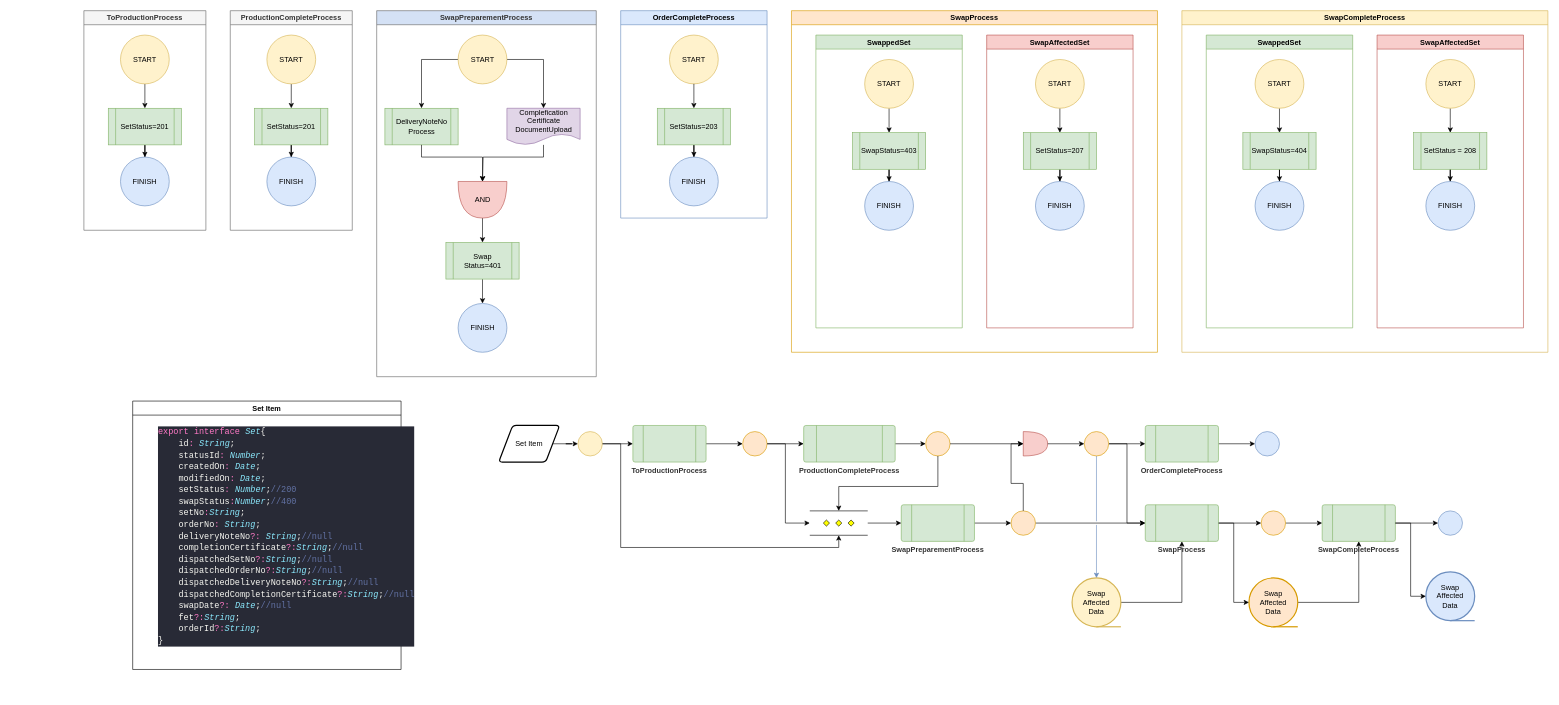
KaanAkcan1/Charts keeps this draw.io diagram as swapChart.drawio. Above is the earlier version. Source tidied: cells renumbered, new cells numbered last; positions are measured from the earlier drawing's top-left corner, leaving out a move shared by most shapes. Both pictures are drawn from the tidied source at 61%, with x=0, y=0 at pixel (84, 10).
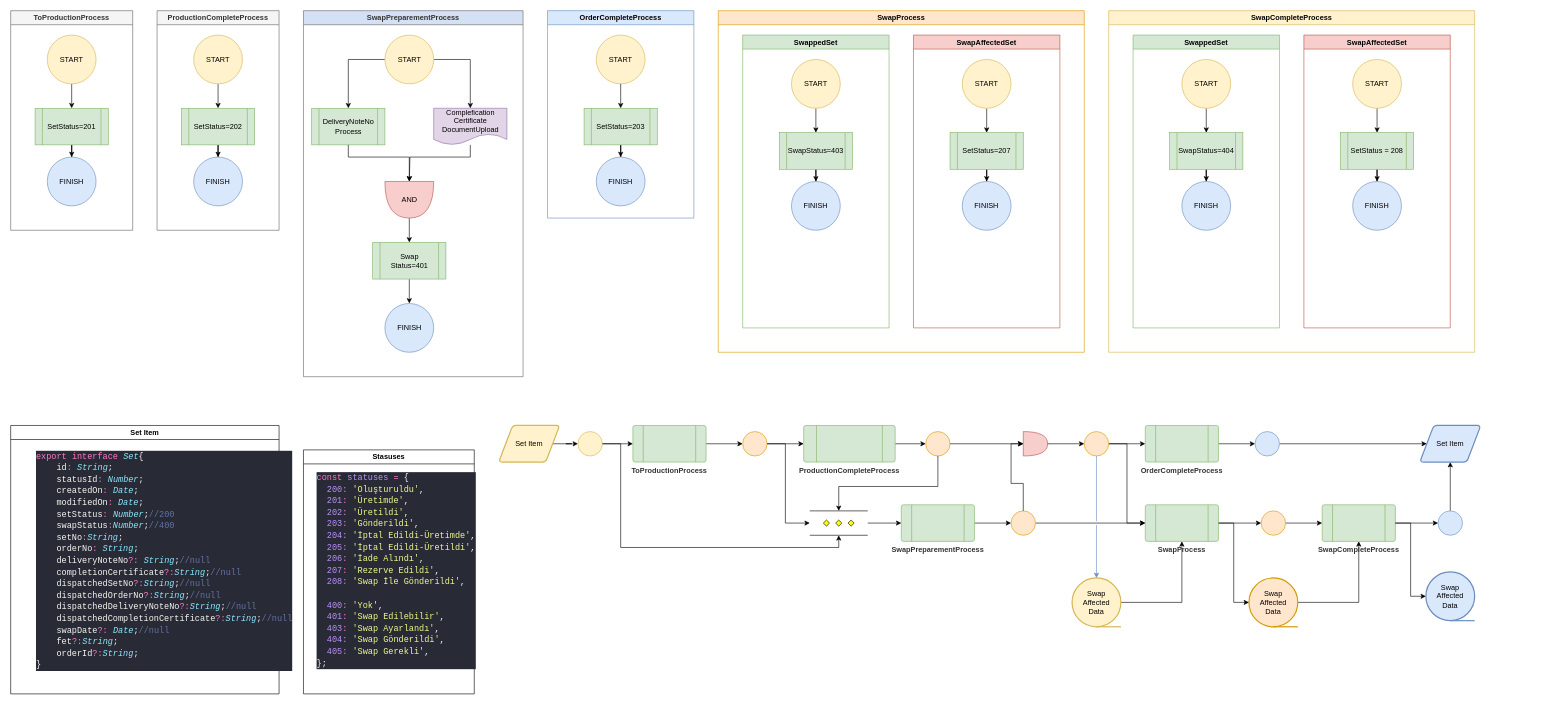
The same diagram, later.

The change refers to these unchanged cells:
```xml
<mxCell id="78" style="verticalLabelPosition=bottom;verticalAlign=top;html=1;shape=mxgraph.flowchart.on-page_reference;fillColor=#dae8fc;strokeColor=#6c8ebf;" parent="1" vertex="1">
  <mxGeometry x="1920" y="690" width="40" height="40" as="geometry" />
</mxCell>
<mxCell id="90" style="verticalLabelPosition=bottom;verticalAlign=top;html=1;shape=mxgraph.flowchart.on-page_reference;fillColor=#dae8fc;strokeColor=#6c8ebf;" parent="1" vertex="1">
  <mxGeometry x="2220" y="820" width="40" height="40" as="geometry" />
</mxCell>
```

The edit, as a diff of the source:
```diff
@@
     <mxCell id="2" value="SwapPreparementProcess" style="swimlane;whiteSpace=wrap;html=1;fillColor=#D4E1F5;fontColor=#333333;strokeColor=#666666;labelBackgroundColor=none;" parent="1" vertex="1">
-      <mxGeometry x="480" width="360" height="600" as="geometry" />
+      <mxGeometry x="360" width="360" height="600" as="geometry" />
     </mxCell>
@@
     <mxCell id="15" value="OrderCompleteProcess" style="swimlane;whiteSpace=wrap;html=1;fillColor=#dae8fc;strokeColor=#6c8ebf;" parent="1" vertex="1">
-      <mxGeometry x="880" width="240" height="340" as="geometry" />
+      <mxGeometry x="760" width="240" height="340" as="geometry" />
     </mxCell>
@@
     <mxCell id="21" value="SwapProcess" style="swimlane;whiteSpace=wrap;html=1;fillColor=#ffe6cc;strokeColor=#d79b00;" parent="1" vertex="1">
-      <mxGeometry x="1160" width="600" height="560" as="geometry" />
+      <mxGeometry x="1040" width="600" height="560" as="geometry" />
     </mxCell>
@@
     <mxCell id="34" value="SwapCompleteProcess" style="swimlane;whiteSpace=wrap;html=1;fillColor=#fff2cc;strokeColor=#d6b656;" parent="1" vertex="1">
-      <mxGeometry x="1800" width="600" height="560" as="geometry" />
+      <mxGeometry x="1680" width="600" height="560" as="geometry" />
     </mxCell>
@@
     <mxCell id="49" value="Set Item" style="swimlane;whiteSpace=wrap;html=1;" parent="1" vertex="1">
-      <mxGeometry x="80" y="640" width="440" height="440" as="geometry" />
+      <mxGeometry x="-120" y="680" width="440" height="440" as="geometry" />
     </mxCell>
@@
-    <mxCell id="52" value="Set Item" style="shape=parallelogram;html=1;strokeWidth=2;perimeter=parallelogramPerimeter;whiteSpace=wrap;rounded=1;arcSize=12;size=0.23;" parent="1" vertex="1">
+    <mxCell id="52" value="Set Item" style="shape=parallelogram;html=1;strokeWidth=2;perimeter=parallelogramPerimeter;whiteSpace=wrap;rounded=1;arcSize=12;size=0.23;fillColor=#fff2cc;strokeColor=#d6b656;" parent="1" vertex="1">
       <mxGeometry x="680" y="680" width="100" height="60" as="geometry" />
     </mxCell>
@@
+    <mxCell id="106" style="edgeStyle=orthogonalEdgeStyle;rounded=0;jettySize=auto;html=1;entryX=0;entryY=0.5;entryDx=0;entryDy=0;" parent="1" edge="1" source="78" target="110">
+      <mxGeometry relative="1" as="geometry" />
+    </mxCell>
@@
+    <mxCell id="107" style="edgeStyle=orthogonalEdgeStyle;rounded=0;jettySize=auto;html=1;" parent="1" edge="1" source="90" target="110">
+      <mxGeometry relative="1" as="geometry" />
+    </mxCell>
@@
     <mxCell id="94" value="ToProductionProcess" style="swimlane;whiteSpace=wrap;html=1;fillColor=#f5f5f5;fontColor=#333333;strokeColor=#666666;" parent="1" vertex="1">
-      <mxGeometry width="200" height="360" as="geometry" />
+      <mxGeometry x="-120" width="200" height="360" as="geometry" />
     </mxCell>
@@
     <mxCell id="100" value="ProductionCompleteProcess" style="swimlane;whiteSpace=wrap;html=1;fillColor=#f5f5f5;fontColor=#333333;strokeColor=#666666;" parent="1" vertex="1">
-      <mxGeometry x="240" width="200" height="360" as="geometry" />
+      <mxGeometry x="120" width="200" height="360" as="geometry" />
     </mxCell>
@@
-    <mxCell id="104" value="SetStatus=201" style="shape=process;whiteSpace=wrap;html=1;backgroundOutline=1;fillColor=#d5e8d4;strokeColor=#82b366;" parent="100" vertex="1">
+    <mxCell id="104" value="SetStatus=202" style="shape=process;whiteSpace=wrap;html=1;backgroundOutline=1;fillColor=#d5e8d4;strokeColor=#82b366;" parent="100" vertex="1">
       <mxGeometry x="40" y="160" width="120" height="60" as="geometry" />
     </mxCell>
@@
+    <mxCell id="108" value="Stasuses" style="swimlane;whiteSpace=wrap;html=1;" parent="1" vertex="1">
+      <mxGeometry x="360" y="720" width="280" height="400" as="geometry" />
+    </mxCell>
+    <mxCell id="109" value="&lt;div style=&quot;color: #f8f8f2;background-color: #282a36;font-family: Consolas, 'Courier New', monospace;font-weight: normal;font-size: 14px;line-height: 19px;white-space: pre;&quot;&gt;&lt;div&gt;&lt;span style=&quot;color: #ff79c6;&quot;&gt;const&lt;/span&gt;&lt;span style=&quot;color: #f8f8f2;&quot;&gt; &lt;/span&gt;&lt;span style=&quot;color: #bd93f9;&quot;&gt;statuses&lt;/span&gt;&lt;span style=&quot;color: #f8f8f2;&quot;&gt; &lt;/span&gt;&lt;span style=&quot;color: #ff79c6;&quot;&gt;=&lt;/span&gt;&lt;span style=&quot;color: #f8f8f2;&quot;&gt; {&lt;/span&gt;&lt;/div&gt;&lt;div&gt;&lt;span style=&quot;color: #f8f8f2;&quot;&gt;&amp;nbsp; &lt;/span&gt;&lt;span style=&quot;color: #bd93f9;&quot;&gt;200&lt;/span&gt;&lt;span style=&quot;color: #ff79c6;&quot;&gt;:&lt;/span&gt;&lt;span style=&quot;color: #f8f8f2;&quot;&gt; &lt;/span&gt;&lt;span style=&quot;color: #e9f284;&quot;&gt;'&lt;/span&gt;&lt;span style=&quot;color: #f1fa8c;&quot;&gt;Oluşturuldu&lt;/span&gt;&lt;span style=&quot;color: #e9f284;&quot;&gt;'&lt;/span&gt;&lt;span style=&quot;color: #f8f8f2;&quot;&gt;,&lt;/span&gt;&lt;/div&gt;&lt;div&gt;&lt;span style=&quot;color: #f8f8f2;&quot;&gt;&amp;nbsp; &lt;/span&gt;&lt;span style=&quot;color: #bd93f9;&quot;&gt;201&lt;/span&gt;&lt;span style=&quot;color: #ff79c6;&quot;&gt;:&lt;/span&gt;&lt;span style=&quot;color: #f8f8f2;&quot;&gt; &lt;/span&gt;&lt;span style=&quot;color: #e9f284;&quot;&gt;'&lt;/span&gt;&lt;span style=&quot;color: #f1fa8c;&quot;&gt;Üretimde&lt;/span&gt;&lt;span style=&quot;color: #e9f284;&quot;&gt;'&lt;/span&gt;&lt;span style=&quot;color: #f8f8f2;&quot;&gt;,&lt;/span&gt;&lt;/div&gt;&lt;div&gt;&lt;span style=&quot;color: #f8f8f2;&quot;&gt;&amp;nbsp; &lt;/span&gt;&lt;span style=&quot;color: #bd93f9;&quot;&gt;202&lt;/span&gt;&lt;span style=&quot;color: #ff79c6;&quot;&gt;:&lt;/span&gt;&lt;span style=&quot;color: #f8f8f2;&quot;&gt; &lt;/span&gt;&lt;span style=&quot;color: #e9f284;&quot;&gt;'&lt;/span&gt;&lt;span style=&quot;color: #f1fa8c;&quot;&gt;Üretildi&lt;/span&gt;&lt;span style=&quot;color: #e9f284;&quot;&gt;'&lt;/span&gt;&lt;span style=&quot;color: #f8f8f2;&quot;&gt;,&lt;/span&gt;&lt;/div&gt;&lt;div&gt;&lt;span style=&quot;color: #f8f8f2;&quot;&gt;&amp;nbsp; &lt;/span&gt;&lt;span style=&quot;color: #bd93f9;&quot;&gt;203&lt;/span&gt;&lt;span style=&quot;color: #ff79c6;&quot;&gt;:&lt;/span&gt;&lt;span style=&quot;color: #f8f8f2;&quot;&gt; &lt;/span&gt;&lt;span style=&quot;color: #e9f284;&quot;&gt;'&lt;/span&gt;&lt;span style=&quot;color: #f1fa8c;&quot;&gt;Gönderildi&lt;/span&gt;&lt;span style=&quot;color: #e9f284;&quot;&gt;'&lt;/span&gt;&lt;span style=&quot;color: #f8f8f2;&quot;&gt;,&lt;/span&gt;&lt;/div&gt;&lt;div&gt;&lt;span style=&quot;color: #f8f8f2;&quot;&gt;&amp;nbsp; &lt;/span&gt;&lt;span style=&quot;color: #bd93f9;&quot;&gt;204&lt;/span&gt;&lt;span style=&quot;color: #ff79c6;&quot;&gt;:&lt;/span&gt;&lt;span style=&quot;color: #f8f8f2;&quot;&gt; &lt;/span&gt;&lt;span style=&quot;color: #e9f284;&quot;&gt;'&lt;/span&gt;&lt;span style=&quot;color: #f1fa8c;&quot;&gt;İptal Edildi-Üretimde&lt;/span&gt;&lt;span style=&quot;color: #e9f284;&quot;&gt;'&lt;/span&gt;&lt;span style=&quot;color: #f8f8f2;&quot;&gt;,&lt;/span&gt;&lt;/div&gt;&lt;div&gt;&lt;span style=&quot;color: #f8f8f2;&quot;&gt;&amp;nbsp; &lt;/span&gt;&lt;span style=&quot;color: #bd93f9;&quot;&gt;205&lt;/span&gt;&lt;span style=&quot;color: #ff79c6;&quot;&gt;:&lt;/span&gt;&lt;span style=&quot;color: #f8f8f2;&quot;&gt; &lt;/span&gt;&lt;span style=&quot;color: #e9f284;&quot;&gt;'&lt;/span&gt;&lt;span style=&quot;color: #f1fa8c;&quot;&gt;İptal Edildi-Üretildi&lt;/span&gt;&lt;span style=&quot;color: #e9f284;&quot;&gt;'&lt;/span&gt;&lt;span style=&quot;color: #f8f8f2;&quot;&gt;,&lt;/span&gt;&lt;/div&gt;&lt;div&gt;&lt;span style=&quot;color: #f8f8f2;&quot;&gt;&amp;nbsp; &lt;/span&gt;&lt;span style=&quot;color: #bd93f9;&quot;&gt;206&lt;/span&gt;&lt;span style=&quot;color: #ff79c6;&quot;&gt;:&lt;/span&gt;&lt;span style=&quot;color: #f8f8f2;&quot;&gt; &lt;/span&gt;&lt;span style=&quot;color: #e9f284;&quot;&gt;'&lt;/span&gt;&lt;span style=&quot;color: #f1fa8c;&quot;&gt;İade Alındı&lt;/span&gt;&lt;span style=&quot;color: #e9f284;&quot;&gt;'&lt;/span&gt;&lt;span style=&quot;color: #f8f8f2;&quot;&gt;,&lt;/span&gt;&lt;/div&gt;&lt;div&gt;&lt;span style=&quot;color: #f8f8f2;&quot;&gt;&amp;nbsp; &lt;/span&gt;&lt;span style=&quot;color: #bd93f9;&quot;&gt;207&lt;/span&gt;&lt;span style=&quot;color: #ff79c6;&quot;&gt;:&lt;/span&gt;&lt;span style=&quot;color: #f8f8f2;&quot;&gt; &lt;/span&gt;&lt;span style=&quot;color: #e9f284;&quot;&gt;'&lt;/span&gt;&lt;span style=&quot;color: #f1fa8c;&quot;&gt;Rezerve Edildi&lt;/span&gt;&lt;span style=&quot;color: #e9f284;&quot;&gt;'&lt;/span&gt;&lt;span style=&quot;color: #f8f8f2;&quot;&gt;,&lt;/span&gt;&lt;/div&gt;&lt;div&gt;&lt;span style=&quot;color: #f8f8f2;&quot;&gt;&amp;nbsp; &lt;/span&gt;&lt;span style=&quot;color: #bd93f9;&quot;&gt;208&lt;/span&gt;&lt;span style=&quot;color: #ff79c6;&quot;&gt;:&lt;/span&gt;&lt;span style=&quot;color: #f8f8f2;&quot;&gt; &lt;/span&gt;&lt;span style=&quot;color: #e9f284;&quot;&gt;'&lt;/span&gt;&lt;span style=&quot;color: #f1fa8c;&quot;&gt;Swap İle Gönderildi&lt;/span&gt;&lt;span style=&quot;color: #e9f284;&quot;&gt;'&lt;/span&gt;&lt;span style=&quot;color: #f8f8f2;&quot;&gt;,&lt;/span&gt;&lt;/div&gt;&lt;br&gt;&lt;div&gt;&lt;span style=&quot;color: #f8f8f2;&quot;&gt;&amp;nbsp; &lt;/span&gt;&lt;span style=&quot;color: #bd93f9;&quot;&gt;400&lt;/span&gt;&lt;span style=&quot;color: #ff79c6;&quot;&gt;:&lt;/span&gt;&lt;span style=&quot;color: #f8f8f2;&quot;&gt; &lt;/span&gt;&lt;span style=&quot;color: #e9f284;&quot;&gt;'&lt;/span&gt;&lt;span style=&quot;color: #f1fa8c;&quot;&gt;Yok&lt;/span&gt;&lt;span style=&quot;color: #e9f284;&quot;&gt;'&lt;/span&gt;&lt;span style=&quot;color: #f8f8f2;&quot;&gt;,&lt;/span&gt;&lt;/div&gt;&lt;div&gt;&lt;span style=&quot;color: #f8f8f2;&quot;&gt;&amp;nbsp; &lt;/span&gt;&lt;span style=&quot;color: #bd93f9;&quot;&gt;401&lt;/span&gt;&lt;span style=&quot;color: #ff79c6;&quot;&gt;:&lt;/span&gt;&lt;span style=&quot;color: #f8f8f2;&quot;&gt; &lt;/span&gt;&lt;span style=&quot;color: #e9f284;&quot;&gt;'&lt;/span&gt;&lt;span style=&quot;color: #f1fa8c;&quot;&gt;Swap Edilebilir&lt;/span&gt;&lt;span style=&quot;color: #e9f284;&quot;&gt;'&lt;/span&gt;&lt;span style=&quot;color: #f8f8f2;&quot;&gt;,&lt;/span&gt;&lt;/div&gt;&lt;div&gt;&lt;span style=&quot;color: #f8f8f2;&quot;&gt;&amp;nbsp; &lt;/span&gt;&lt;span style=&quot;color: #bd93f9;&quot;&gt;403&lt;/span&gt;&lt;span style=&quot;color: #ff79c6;&quot;&gt;:&lt;/span&gt;&lt;span style=&quot;color: #f8f8f2;&quot;&gt; &lt;/span&gt;&lt;span style=&quot;color: #e9f284;&quot;&gt;'&lt;/span&gt;&lt;span style=&quot;color: #f1fa8c;&quot;&gt;Swap Ayarlandı&lt;/span&gt;&lt;span style=&quot;color: #e9f284;&quot;&gt;'&lt;/span&gt;&lt;span style=&quot;color: #f8f8f2;&quot;&gt;,&lt;/span&gt;&lt;/div&gt;&lt;div&gt;&lt;span style=&quot;color: #f8f8f2;&quot;&gt;&amp;nbsp; &lt;/span&gt;&lt;span style=&quot;color: #bd93f9;&quot;&gt;404&lt;/span&gt;&lt;span style=&quot;color: #ff79c6;&quot;&gt;:&lt;/span&gt;&lt;span style=&quot;color: #f8f8f2;&quot;&gt; &lt;/span&gt;&lt;span style=&quot;color: #e9f284;&quot;&gt;'&lt;/span&gt;&lt;span style=&quot;color: #f1fa8c;&quot;&gt;Swap Gönderildi&lt;/span&gt;&lt;span style=&quot;color: #e9f284;&quot;&gt;'&lt;/span&gt;&lt;span style=&quot;color: #f8f8f2;&quot;&gt;,&lt;/span&gt;&lt;/div&gt;&lt;div&gt;&lt;span style=&quot;color: #f8f8f2;&quot;&gt;&amp;nbsp; &lt;/span&gt;&lt;span style=&quot;color: #bd93f9;&quot;&gt;405&lt;/span&gt;&lt;span style=&quot;color: #ff79c6;&quot;&gt;:&lt;/span&gt;&lt;span style=&quot;color: #f8f8f2;&quot;&gt; &lt;/span&gt;&lt;span style=&quot;color: #e9f284;&quot;&gt;'&lt;/span&gt;&lt;span style=&quot;color: #f1fa8c;&quot;&gt;Swap Gerekli&lt;/span&gt;&lt;span style=&quot;color: #e9f284;&quot;&gt;'&lt;/span&gt;&lt;span style=&quot;color: #f8f8f2;&quot;&gt;, &amp;nbsp;&lt;/span&gt;&lt;/div&gt;&lt;div&gt;&lt;span style=&quot;color: #f8f8f2;&quot;&gt;};&lt;/span&gt;&lt;/div&gt;&lt;/div&gt;" style="text;whiteSpace=wrap;html=1;" parent="108" vertex="1">
+      <mxGeometry x="20" y="30" width="260" height="350" as="geometry" />
+    </mxCell>
+    <mxCell id="110" value="Set Item" style="shape=parallelogram;html=1;strokeWidth=2;perimeter=parallelogramPerimeter;whiteSpace=wrap;rounded=1;arcSize=12;size=0.23;fillColor=#dae8fc;strokeColor=#6c8ebf;" parent="1" vertex="1">
+      <mxGeometry x="2190" y="680" width="100" height="60" as="geometry" />
+    </mxCell>
```
